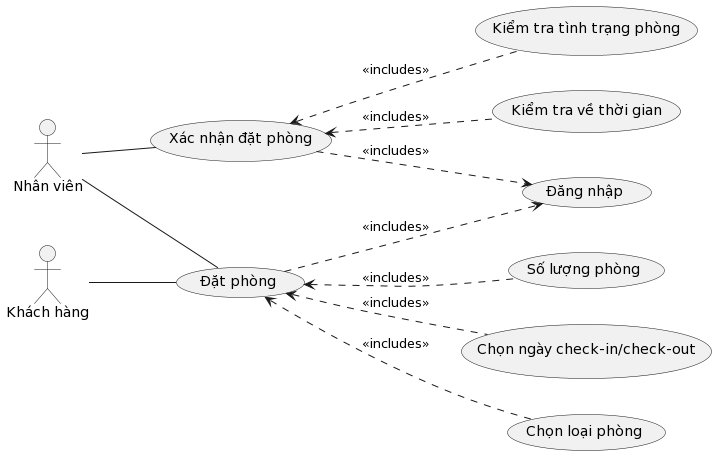
Above: Lab 1/Lab 1.2/usecase diagram/Quản lý đặt phòng.png in KhanhDo2604/SE357-Pratice-class (PlantUML), before the change. Its diagram source:
```plantuml
@startuml
left to right direction
actor Nhan_vien as "Nhân viên"
actor Khach_hang as "Khách hàng"

usecase Dat_phong as "Đặt phòng"
usecase Xac_nhan_dat_phong as "Xác nhận đặt phòng"
usecase Dang_nhap as "Đăng nhập"
usecase Kiem_tra_ve_thoi_gian as "Kiểm tra về thời gian"
usecase Kiem_tra_tinh_trang_phong as "Kiểm tra tình trạng phòng"
usecase So_luong_phong as "Số lượng phòng"
usecase Chon_ngay_checkin_checkout as "Chọn ngày check-in/check-out"
usecase Chon_loai_phong as "Chọn loại phòng"

Khach_hang -- Dat_phong
Nhan_vien -- Xac_nhan_dat_phong
Nhan_vien  -- Dat_phong

Dat_phong ..> Dang_nhap : <<includes>>
Xac_nhan_dat_phong ..> Dang_nhap : <<includes>>
Xac_nhan_dat_phong<.. Kiem_tra_ve_thoi_gian : <<includes>>
Xac_nhan_dat_phong<.. Kiem_tra_tinh_trang_phong : <<includes>>
Dat_phong <.. So_luong_phong : <<includes>>
Dat_phong <.. Chon_ngay_checkin_checkout : <<includes>>
Dat_phong <.. Chon_loai_phong : <<includes>>
@enduml
```
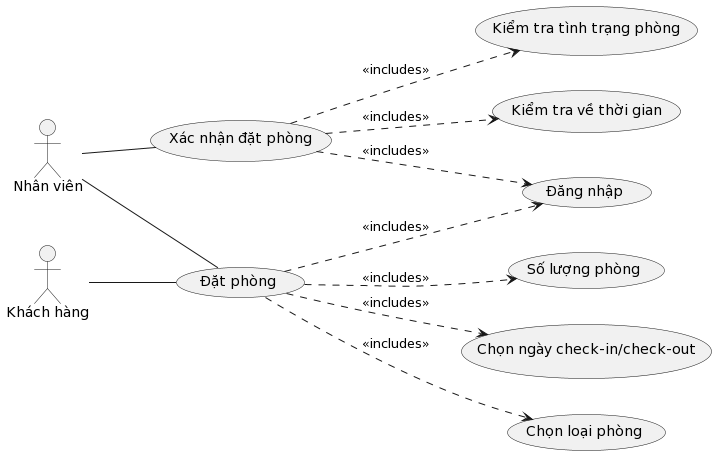
The same diagram one commit later.

Diff of the diagram source:
```diff
@@ -18,9 +18,9 @@
 
 Dat_phong ..> Dang_nhap : <<includes>>
 Xac_nhan_dat_phong ..> Dang_nhap : <<includes>>
-Xac_nhan_dat_phong<.. Kiem_tra_ve_thoi_gian : <<includes>>
-Xac_nhan_dat_phong<.. Kiem_tra_tinh_trang_phong : <<includes>>
-Dat_phong <.. So_luong_phong : <<includes>>
-Dat_phong <.. Chon_ngay_checkin_checkout : <<includes>>
-Dat_phong <.. Chon_loai_phong : <<includes>>
+Xac_nhan_dat_phong ..> Kiem_tra_ve_thoi_gian : <<includes>>
+Xac_nhan_dat_phong ..> Kiem_tra_tinh_trang_phong : <<includes>>
+Dat_phong ..> So_luong_phong : <<includes>>
+Dat_phong ..> Chon_ngay_checkin_checkout : <<includes>>
+Dat_phong ..> Chon_loai_phong : <<includes>>
 @enduml
```
